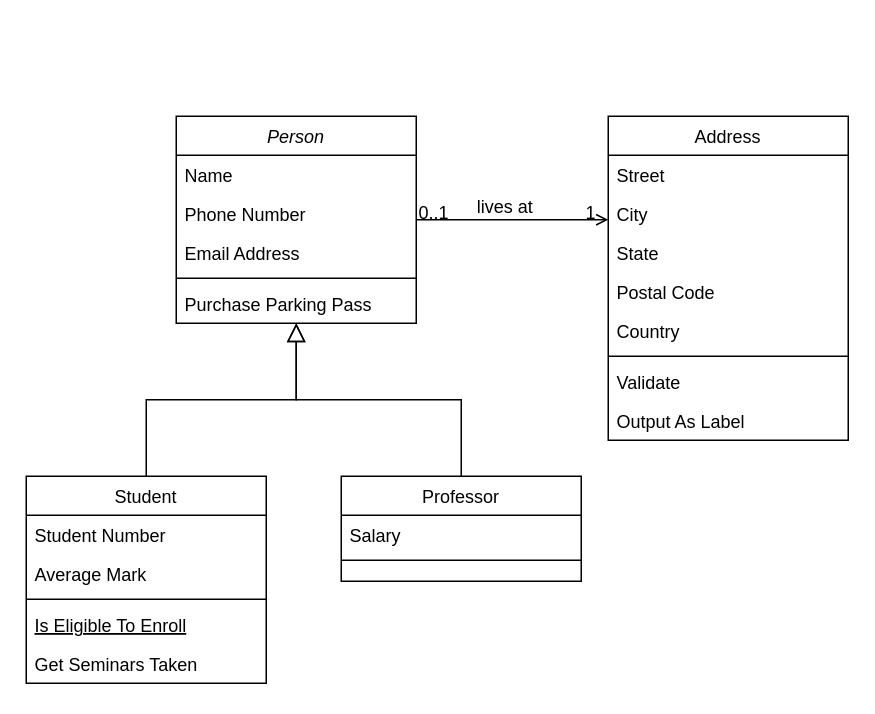
Earlier version of the draw.io diagram class diagram.drawio (T0R11zzz/Univesity-Enrol). Source tidied: cells renumbered, new cells numbered last; positions are measured from the earlier drawing's top-left corner, leaving out a move shared by most shapes. Both pictures are drawn from the tidied source at 150%, with x=0, y=0 at pixel (26, 116).
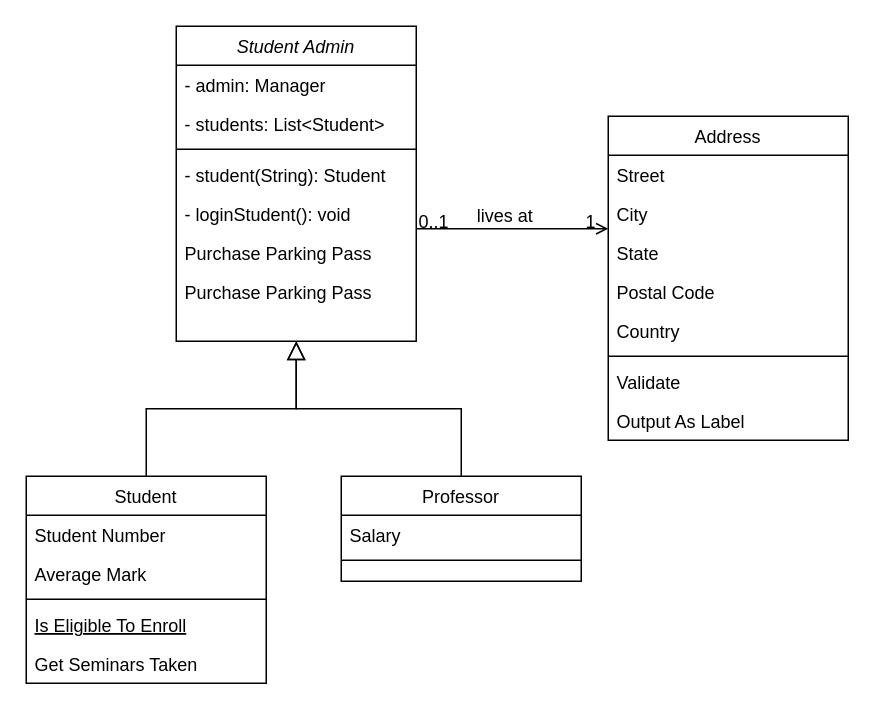
After the change.

What changed in the source:
```diff
@@
-    <mxCell id="2" value="Person" style="swimlane;fontStyle=2;align=center;verticalAlign=top;horizontal=1;startSize=26;rounded=0;shadow=0;strokeWidth=1;" parent="1" vertex="1">
-      <mxGeometry x="100" width="160" height="138" as="geometry" />
+    <mxCell id="2" value="Student Admin" style="swimlane;fontStyle=2;align=center;verticalAlign=top;horizontal=1;startSize=26;rounded=0;shadow=0;strokeWidth=1;" parent="1" vertex="1">
+      <mxGeometry x="100" y="-60" width="160" height="210" as="geometry" />
     </mxCell>
-    <mxCell id="3" value="Name" style="text;align=left;verticalAlign=top;spacingLeft=4;spacingRight=4;overflow=hidden;" parent="2" vertex="1">
+    <mxCell id="3" value="- admin: Manager" style="text;align=left;verticalAlign=top;spacingLeft=4;spacingRight=4;overflow=hidden;" parent="2" vertex="1">
       <mxGeometry y="26" width="160" height="26" as="geometry" />
     </mxCell>
-    <mxCell id="4" value="Phone Number" style="text;align=left;verticalAlign=top;spacingLeft=4;spacingRight=4;overflow=hidden;rounded=0;shadow=0;html=0;" parent="2" vertex="1">
+    <mxCell id="4" value="- students: List&lt;Student&gt;" style="text;align=left;verticalAlign=top;spacingLeft=4;spacingRight=4;overflow=hidden;rounded=0;shadow=0;html=0;" parent="2" vertex="1">
       <mxGeometry y="52" width="160" height="26" as="geometry" />
     </mxCell>
-    <mxCell id="5" value="Email Address" style="text;align=left;verticalAlign=top;spacingLeft=4;spacingRight=4;overflow=hidden;rounded=0;shadow=0;html=0;" parent="2" vertex="1">
-      <mxGeometry y="78" width="160" height="26" as="geometry" />
-    </mxCell>
     <mxCell id="6" style="line;html=1;strokeWidth=1;align=left;verticalAlign=middle;spacingTop=-1;spacingLeft=3;spacingRight=3;labelPosition=right;" parent="2" vertex="1">
-      <mxGeometry y="104" width="160" height="8" as="geometry" />
+      <mxGeometry y="78" width="160" height="8" as="geometry" />
     </mxCell>
-    <mxCell id="7" value="Purchase Parking Pass" style="text;align=left;verticalAlign=top;spacingLeft=4;spacingRight=4;overflow=hidden;" parent="2" vertex="1">
-      <mxGeometry y="112" width="160" height="26" as="geometry" />
+    <mxCell id="7" value="- student(String): Student" style="text;align=left;verticalAlign=top;spacingLeft=4;spacingRight=4;overflow=hidden;" parent="2" vertex="1">
+      <mxGeometry y="86" width="160" height="26" as="geometry" />
     </mxCell>
+    <mxCell id="32" value="- loginStudent(): void" style="text;align=left;verticalAlign=top;spacingLeft=4;spacingRight=4;overflow=hidden;" parent="2" vertex="1">
+      <mxGeometry y="112" width="160" height="26" as="geometry" />
+    </mxCell>
+    <mxCell id="33" value="Purchase Parking Pass" style="text;align=left;verticalAlign=top;spacingLeft=4;spacingRight=4;overflow=hidden;" parent="2" vertex="1">
+      <mxGeometry y="138" width="160" height="26" as="geometry" />
+    </mxCell>
+    <mxCell id="34" value="Purchase Parking Pass" style="text;align=left;verticalAlign=top;spacingLeft=4;spacingRight=4;overflow=hidden;" parent="2" vertex="1">
+      <mxGeometry y="164" width="160" height="26" as="geometry" />
+    </mxCell>
```
